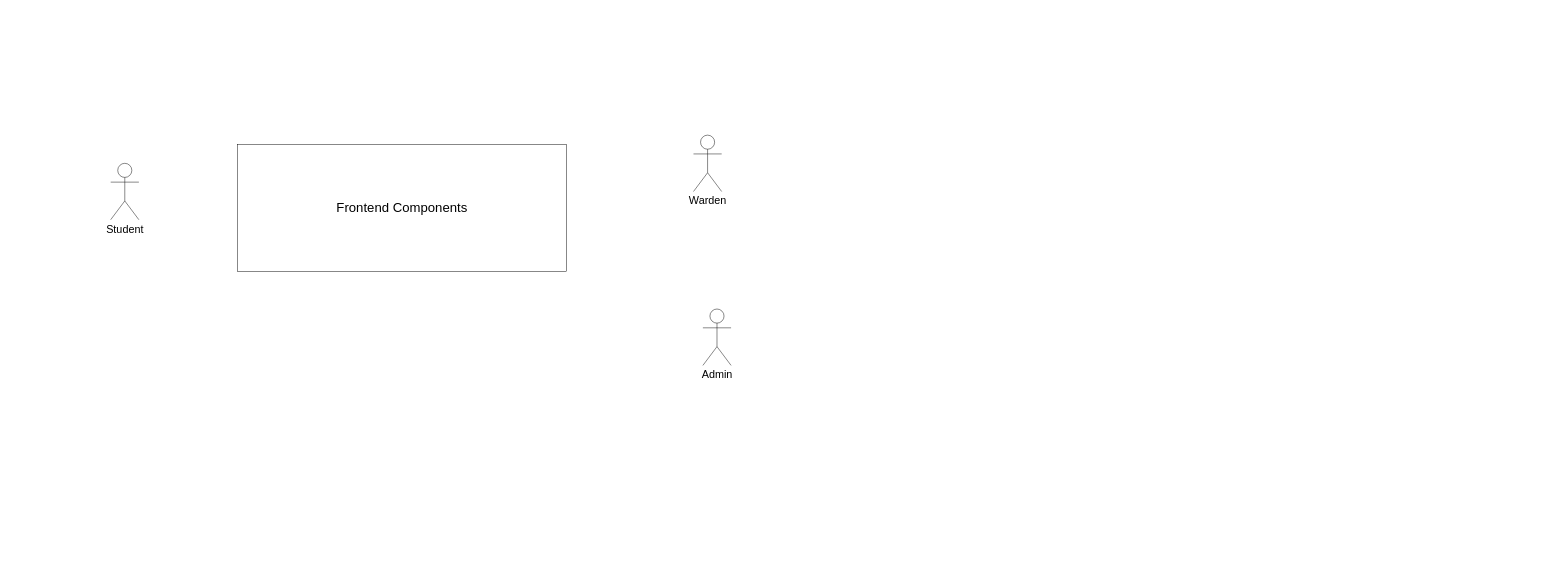
Above: System Architecture Diagram.drawio in OU-Hostel-Management/OU-Hostel-System (draw.io), before the change. Source tidied: cells renumbered, new cells numbered last; positions are measured from the earlier drawing's top-left corner, leaving out a move shared by most shapes. Both pictures are drawn from the tidied source at 47%, with x=0, y=0 at pixel (110, 135).
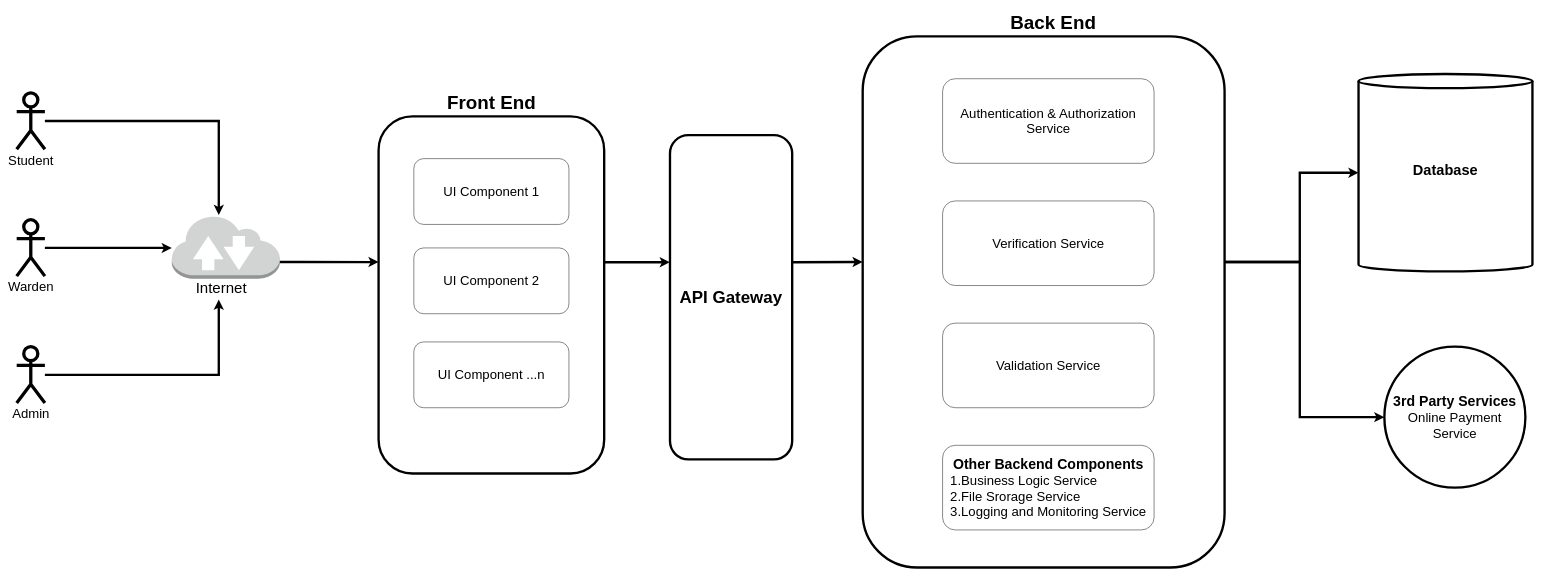
The same diagram, later.

What changed in the source:
```diff
@@
+    <mxCell id="6" style="edgeStyle=orthogonalEdgeStyle;rounded=0;jettySize=auto;html=1;entryX=0;entryY=0.5;entryDx=0;entryDy=0;strokeWidth=5;" parent="1" edge="1" source="7" target="15">
+      <mxGeometry relative="1" as="geometry">
+        <Array as="points">
+          <mxPoint x="2530" y="270" />
+          <mxPoint x="2530" y="600" />
+        </Array>
+      </mxGeometry>
+    </mxCell>
+    <mxCell id="7" style="rounded=1;whiteSpace=wrap;html=1;fillColor=default;strokeWidth=5;" parent="1" vertex="1">
+      <mxGeometry x="1600" y="-210" width="770" height="1130" as="geometry" />
+    </mxCell>
-    <mxCell id="2" value="&lt;font style=&quot;font-size: 23px;&quot;&gt;Student&lt;/font&gt;" style="shape=umlActor;verticalLabelPosition=bottom;verticalAlign=top;html=1;" parent="1" vertex="1">
-      <mxGeometry y="60" width="60" height="120" as="geometry" />
+    <mxCell id="2" value="&lt;font style=&quot;font-size: 28px;&quot;&gt;Student&lt;/font&gt;" style="shape=umlActor;verticalLabelPosition=bottom;verticalAlign=top;html=1;strokeWidth=7;" parent="1" vertex="1">
+      <mxGeometry x="-200" y="-90" width="60" height="120" as="geometry" />
     </mxCell>
+    <mxCell id="8" style="edgeStyle=orthogonalEdgeStyle;rounded=0;jettySize=auto;html=1;strokeWidth=5;" parent="1" edge="1" source="3" target="17">
+      <mxGeometry relative="1" as="geometry">
+        <Array as="points">
+          <mxPoint x="60" y="240" />
+          <mxPoint x="60" y="240" />
+        </Array>
+      </mxGeometry>
+    </mxCell>
-    <mxCell id="3" value="&lt;span style=&quot;font-size: 23px;&quot;&gt;Warden&lt;/span&gt;" style="shape=umlActor;verticalLabelPosition=bottom;verticalAlign=top;html=1;outlineConnect=0;" parent="1" vertex="1">
-      <mxGeometry x="1240" width="60" height="120" as="geometry" />
+    <mxCell id="3" value="&lt;font style=&quot;font-size: 28px;&quot;&gt;Warden&lt;/font&gt;" style="shape=umlActor;verticalLabelPosition=bottom;verticalAlign=top;html=1;outlineConnect=0;strokeWidth=7;" parent="1" vertex="1">
+      <mxGeometry x="-200" y="180" width="60" height="120" as="geometry" />
     </mxCell>
-    <mxCell id="4" value="&lt;span style=&quot;font-size: 23px;&quot;&gt;Admin&lt;/span&gt;" style="shape=umlActor;verticalLabelPosition=bottom;verticalAlign=top;html=1;outlineConnect=0;" parent="1" vertex="1">
-      <mxGeometry x="1260" y="370" width="60" height="120" as="geometry" />
+    <mxCell id="4" value="&lt;font style=&quot;font-size: 28px;&quot;&gt;Admin&lt;/font&gt;" style="shape=umlActor;verticalLabelPosition=bottom;verticalAlign=top;html=1;outlineConnect=0;strokeWidth=7;" parent="1" vertex="1">
+      <mxGeometry x="-200" y="450" width="60" height="120" as="geometry" />
     </mxCell>
+    <mxCell id="9" value="&lt;font style=&quot;font-size: 36px;&quot;&gt;&lt;b&gt;API Gateway&lt;/b&gt;&lt;/font&gt;" style="rounded=1;whiteSpace=wrap;html=1;strokeWidth=5;" parent="1" vertex="1">
+      <mxGeometry x="1190" width="260" height="690" as="geometry" />
+    </mxCell>
+    <mxCell id="10" value="&lt;font style=&quot;font-size: 28px;&quot;&gt;Authentication &amp;amp; Authorization Service&lt;/font&gt;" style="rounded=1;whiteSpace=wrap;html=1;" parent="1" vertex="1">
+      <mxGeometry x="1770" y="-120" width="450" height="180" as="geometry" />
+    </mxCell>
+    <mxCell id="11" value="&lt;font style=&quot;font-size: 28px;&quot;&gt;Verification Service&lt;/font&gt;" style="rounded=1;whiteSpace=wrap;html=1;" parent="1" vertex="1">
+      <mxGeometry x="1770" y="140" width="450" height="180" as="geometry" />
+    </mxCell>
+    <mxCell id="12" value="&lt;font style=&quot;font-size: 28px;&quot;&gt;Validation Service&lt;/font&gt;" style="rounded=1;whiteSpace=wrap;html=1;" parent="1" vertex="1">
+      <mxGeometry x="1770" y="400" width="450" height="180" as="geometry" />
+    </mxCell>
+    <mxCell id="13" value="&lt;font style=&quot;font-size: 31px;&quot;&gt;&lt;b style=&quot;&quot;&gt;Database&lt;/b&gt;&lt;/font&gt;&lt;div style=&quot;font-size: 31px;&quot;&gt;&lt;br&gt;&lt;/div&gt;" style="shape=cylinder3;whiteSpace=wrap;html=1;boundedLbl=1;backgroundOutline=1;size=15;strokeWidth=5;" parent="1" vertex="1">
+      <mxGeometry x="2655" y="-130" width="370" height="420" as="geometry" />
+    </mxCell>
+    <mxCell id="14" value="&lt;font style=&quot;font-size: 40px;&quot;&gt;&lt;b&gt;Back End&lt;/b&gt;&lt;/font&gt;" style="text;html=1;align=center;verticalAlign=middle;strokeColor=none;fillColor=none;" parent="1" vertex="1">
+      <mxGeometry x="1900" y="-270" width="210" height="60" as="geometry" />
+    </mxCell>
+    <mxCell id="15" value="&lt;font style=&quot;font-size: 30px;&quot;&gt;&lt;b&gt;3rd Party Services&lt;/b&gt;&lt;/font&gt;&lt;div&gt;&lt;font style=&quot;font-size: 28px;&quot;&gt;Online Payment Service&lt;/font&gt;&lt;/div&gt;" style="ellipse;whiteSpace=wrap;html=1;strokeWidth=5;" parent="1" vertex="1">
+      <mxGeometry x="2710" y="450" width="300" height="300" as="geometry" />
+    </mxCell>
+    <mxCell id="16" style="group;" parent="1" vertex="1">
+      <mxGeometry x="130" y="170" width="230" height="180" as="geometry" />
+    </mxCell>
+    <mxCell id="17" style="outlineConnect=0;dashed=0;verticalLabelPosition=bottom;verticalAlign=top;align=center;html=1;shape=mxgraph.aws3.internet_2;fillColor=#D2D3D3;gradientColor=none;" parent="16" vertex="1">
+      <mxGeometry width="230" height="135.5" as="geometry" />
+    </mxCell>
+    <mxCell id="18" value="&lt;span style=&quot;font-size: 32px;&quot;&gt;Internet&lt;/span&gt;" style="text;html=1;align=center;verticalAlign=middle;points=[];strokeColor=none;fillColor=none;" parent="16" vertex="1">
+      <mxGeometry x="40" y="130" width="130" height="50" as="geometry" />
+    </mxCell>
+    <mxCell id="19" value="&lt;b style=&quot;&quot;&gt;&lt;font style=&quot;font-size: 30px;&quot;&gt;Other Backend Components&lt;/font&gt;&lt;/b&gt;&lt;div style=&quot;text-align: left;&quot;&gt;&lt;span style=&quot;font-size: 28px;&quot;&gt;1.Business Logic Service&lt;/span&gt;&lt;/div&gt;&lt;div style=&quot;text-align: left;&quot;&gt;&lt;span style=&quot;font-size: 28px;&quot;&gt;2.File Srorage Service&lt;/span&gt;&lt;/div&gt;&lt;div style=&quot;text-align: left;&quot;&gt;&lt;span style=&quot;font-size: 28px;&quot;&gt;3.Logging and Monitoring Service&lt;/span&gt;&lt;/div&gt;" style="rounded=1;whiteSpace=wrap;html=1;" parent="1" vertex="1">
+      <mxGeometry x="1770" y="660" width="450" height="180" as="geometry" />
+    </mxCell>
+    <mxCell id="20" style="edgeStyle=orthogonalEdgeStyle;rounded=0;orthogonalLoop=1;jettySize=auto;html=1;exitX=1;exitY=0.3333333333333333;exitDx=0;exitDy=0;exitPerimeter=0;strokeWidth=5;" parent="1" edge="1">
+      <mxGeometry relative="1" as="geometry">
+        <mxPoint x="-140" y="-30" as="sourcePoint" />
+        <mxPoint x="230" y="170" as="targetPoint" />
+        <Array as="points">
+          <mxPoint x="230" y="-30" />
+        </Array>
+      </mxGeometry>
+    </mxCell>
+    <mxCell id="21" style="edgeStyle=orthogonalEdgeStyle;rounded=0;jettySize=auto;html=1;strokeWidth=5;" parent="1" edge="1" source="4" target="18">
+      <mxGeometry relative="1" as="geometry">
+        <Array as="points">
+          <mxPoint x="230" y="510" />
+        </Array>
+      </mxGeometry>
+    </mxCell>
+    <mxCell id="22" style="edgeStyle=orthogonalEdgeStyle;rounded=0;jettySize=auto;html=1;entryX=0;entryY=0.408;entryDx=0;entryDy=0;entryPerimeter=0;strokeWidth=5;" parent="1" edge="1" source="17" target="5">
+      <mxGeometry relative="1" as="geometry">
+        <Array as="points">
+          <mxPoint x="400" y="270" />
+          <mxPoint x="400" y="270" />
+        </Array>
+      </mxGeometry>
+    </mxCell>
+    <mxCell id="23" style="group;" parent="1" vertex="1">
+      <mxGeometry x="570" y="-80" width="480" height="800" as="geometry" />
+    </mxCell>
-    <mxCell id="5" value="&lt;font style=&quot;font-size: 28px;&quot;&gt;Frontend Components&lt;/font&gt;" style="rounded=0;whiteSpace=wrap;html=1;fillColor=none;" parent="1" vertex="1">
-      <mxGeometry x="270" y="20" width="700" height="270" as="geometry" />
+    <mxCell id="5" style="rounded=1;whiteSpace=wrap;html=1;fillColor=default;strokeWidth=5;" parent="23" vertex="1">
+      <mxGeometry y="40" width="480" height="760" as="geometry" />
     </mxCell>
+    <mxCell id="24" value="&lt;font style=&quot;font-size: 40px;&quot;&gt;&lt;b&gt;Front End&lt;/b&gt;&lt;/font&gt;" style="text;html=1;align=center;verticalAlign=middle;strokeColor=none;fillColor=none;" parent="23" vertex="1">
+      <mxGeometry x="135" y="-20" width="210" height="60" as="geometry" />
+    </mxCell>
+    <mxCell id="25" value="&lt;span style=&quot;font-size: 28px;&quot;&gt;UI Component 1&lt;/span&gt;" style="rounded=1;whiteSpace=wrap;html=1;" parent="23" vertex="1">
+      <mxGeometry x="75" y="130" width="330" height="140" as="geometry" />
+    </mxCell>
+    <mxCell id="26" value="&lt;span style=&quot;font-size: 28px;&quot;&gt;UI Component 2&lt;/span&gt;" style="rounded=1;whiteSpace=wrap;html=1;" parent="23" vertex="1">
+      <mxGeometry x="75" y="320" width="330" height="140" as="geometry" />
+    </mxCell>
+    <mxCell id="27" value="&lt;span style=&quot;font-size: 28px;&quot;&gt;UI Component ...n&lt;/span&gt;" style="rounded=1;whiteSpace=wrap;html=1;" parent="23" vertex="1">
+      <mxGeometry x="75" y="520" width="330" height="140" as="geometry" />
+    </mxCell>
+    <mxCell id="28" style="edgeStyle=orthogonalEdgeStyle;rounded=0;jettySize=auto;html=1;entryX=-0.001;entryY=0.392;entryDx=0;entryDy=0;entryPerimeter=0;strokeWidth=5;" parent="1" edge="1" source="5" target="9">
+      <mxGeometry relative="1" as="geometry">
+        <Array as="points">
+          <mxPoint x="1120" y="270" />
+        </Array>
+      </mxGeometry>
+    </mxCell>
+    <mxCell id="29" style="edgeStyle=orthogonalEdgeStyle;rounded=0;jettySize=auto;html=1;entryX=0.003;entryY=0.447;entryDx=0;entryDy=0;entryPerimeter=0;strokeWidth=5;exitX=0.999;exitY=0.392;exitDx=0;exitDy=0;exitPerimeter=0;" parent="1" edge="1" source="9">
+      <mxGeometry relative="1" as="geometry">
+        <mxPoint x="1600" y="270" as="targetPoint" />
+      </mxGeometry>
+    </mxCell>
+    <mxCell id="30" style="edgeStyle=orthogonalEdgeStyle;rounded=0;jettySize=auto;html=1;entryX=0;entryY=0.5;entryDx=0;entryDy=0;entryPerimeter=0;strokeWidth=5;" parent="1" edge="1" source="7" target="13">
+      <mxGeometry relative="1" as="geometry">
+        <Array as="points">
+          <mxPoint x="2530" y="270" />
+          <mxPoint x="2530" y="80" />
+        </Array>
+      </mxGeometry>
+    </mxCell>
```
